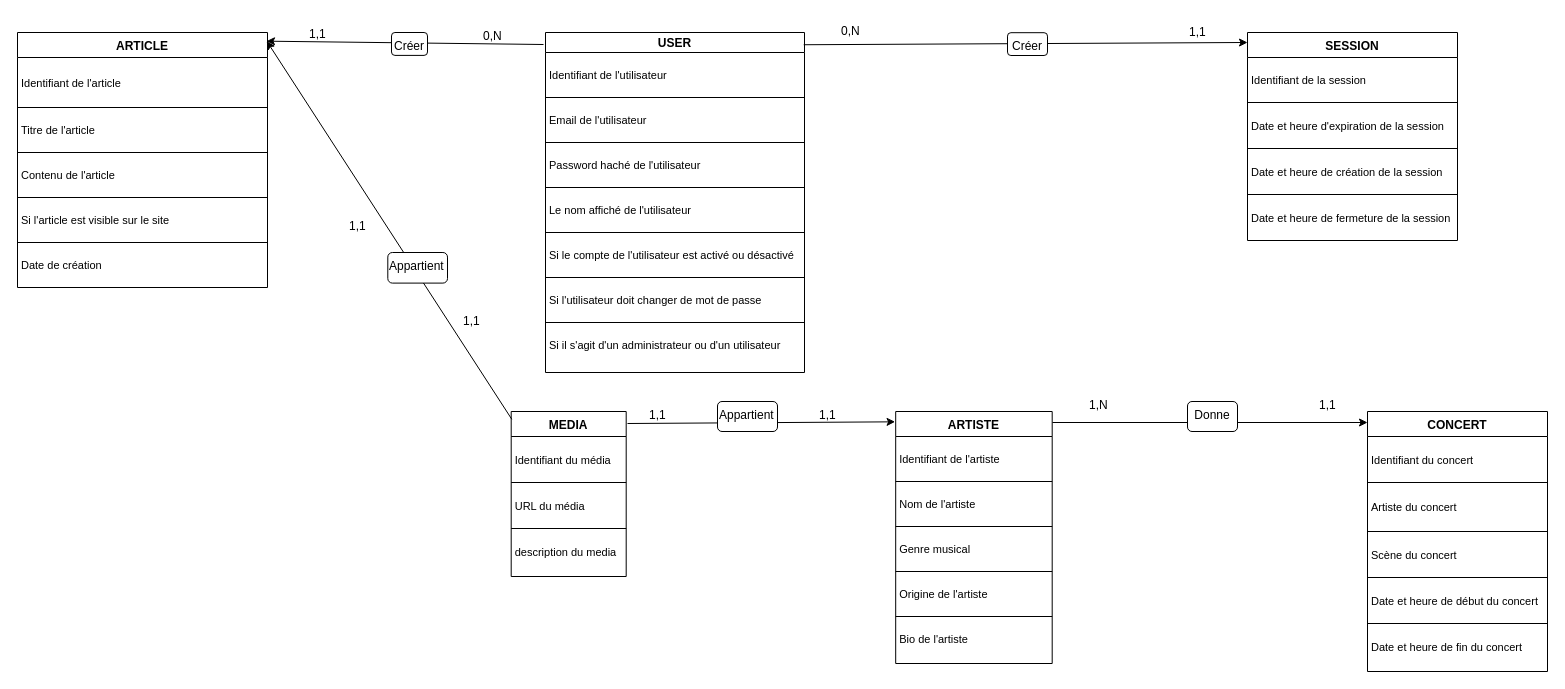
aurelienrnd/FestApp keeps this draw.io diagram as doc/table_relationel/MCD-vindhellfest.drawio. Above is the earlier version. Source tidied: cells renumbered, new cells numbered last; positions are measured from the earlier drawing's top-left corner, leaving out a move shared by most shapes. Both pictures are drawn from the tidied source at 100%, with x=0, y=0 at pixel (17, 17).
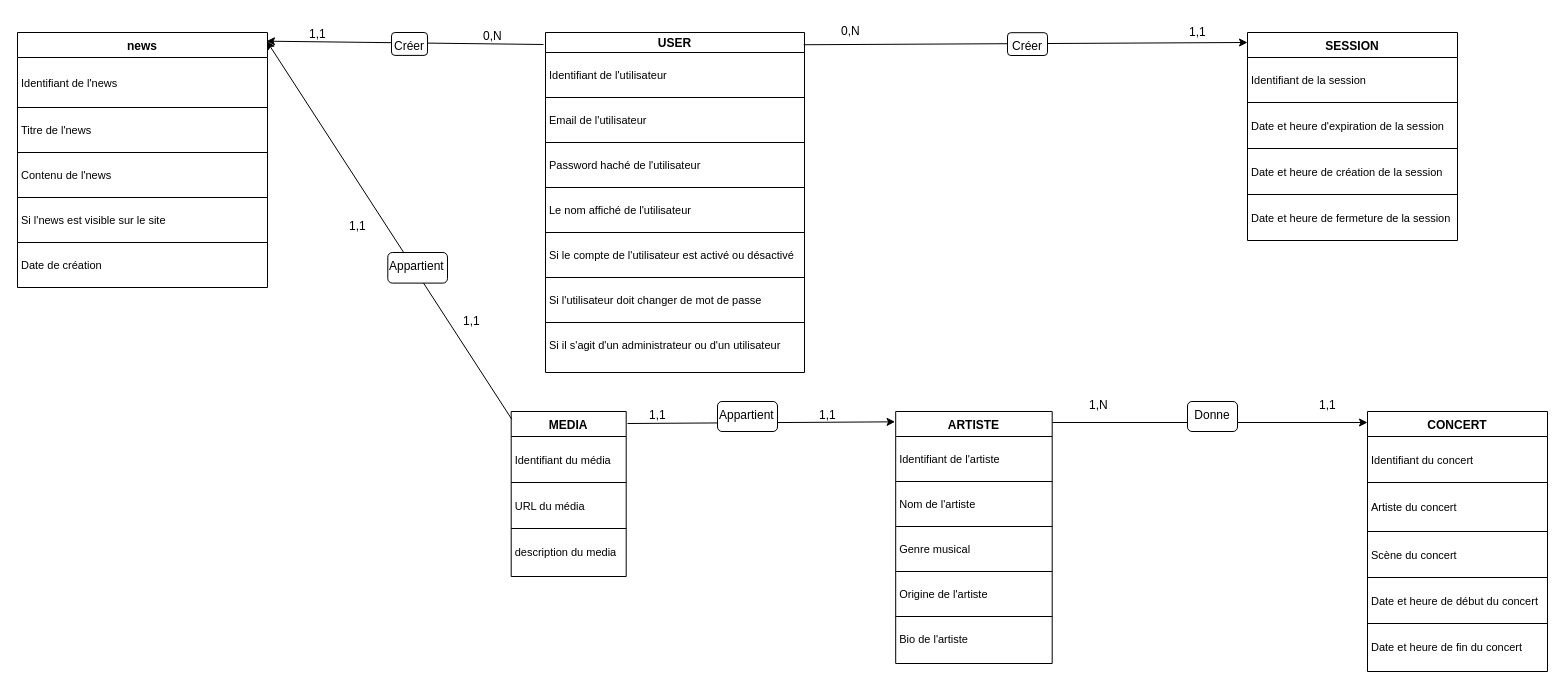
The same diagram, later.

Unchanged cells that the change refers to:
```xml
<mxCell id="34" style="shape=tableRow;horizontal=0;startSize=0;swimlaneHead=0;swimlaneBody=0;fillColor=none;top=0;left=0;right=0;bottom=0;" parent="33" vertex="1">
  <mxGeometry y="25" width="250" height="50" as="geometry" />
</mxCell>
<mxCell id="36" style="shape=tableRow;horizontal=0;startSize=0;swimlaneHead=0;swimlaneBody=0;fillColor=none;top=0;left=0;right=0;bottom=0;" parent="33" vertex="1">
  <mxGeometry y="75" width="250" height="45" as="geometry" />
</mxCell>
<mxCell id="38" style="shape=tableRow;horizontal=0;startSize=0;swimlaneHead=0;swimlaneBody=0;fillColor=none;top=0;left=0;right=0;bottom=0;" parent="33" vertex="1">
  <mxGeometry y="120" width="250" height="45" as="geometry" />
</mxCell>
<mxCell id="40" style="shape=tableRow;horizontal=0;startSize=0;swimlaneHead=0;swimlaneBody=0;fillColor=none;top=0;left=0;right=0;bottom=0;" parent="33" vertex="1">
  <mxGeometry y="165" width="250" height="45" as="geometry" />
</mxCell>
```

What changed in the source:
```diff
@@
-    <mxCell id="33" value="ARTICLE" style="shape=table;startSize=25;childLayout=tableLayout;rowLines=1;fontStyle=1;align=center;" parent="1" vertex="1">
+    <mxCell id="33" value="news" style="shape=table;startSize=25;childLayout=tableLayout;rowLines=1;fontStyle=1;align=center;" parent="1" vertex="1">
       <mxGeometry y="15" width="250" height="255" as="geometry" />
     </mxCell>
@@
-    <mxCell id="35" value="Identifiant de l'article" style="shape=partialRectangle;fillColor=none;top=0;left=0;bottom=0;right=0;align=left;spacingLeft=2;overflow=hidden;fontSize=11;" parent="34" vertex="1">
+    <mxCell id="35" value="Identifiant de l'news" style="shape=partialRectangle;fillColor=none;top=0;left=0;bottom=0;right=0;align=left;spacingLeft=2;overflow=hidden;fontSize=11;" parent="34" vertex="1">
       <mxGeometry width="250" height="50" as="geometry" />
     </mxCell>
@@
-    <mxCell id="37" value="Titre de l'article" style="shape=partialRectangle;fillColor=none;top=0;left=0;bottom=0;right=0;align=left;spacingLeft=2;overflow=hidden;fontSize=11;" parent="36" vertex="1">
+    <mxCell id="37" value="Titre de l'news" style="shape=partialRectangle;fillColor=none;top=0;left=0;bottom=0;right=0;align=left;spacingLeft=2;overflow=hidden;fontSize=11;" parent="36" vertex="1">
       <mxGeometry width="250" height="45" as="geometry" />
     </mxCell>
@@
-    <mxCell id="39" value="Contenu de l'article" style="shape=partialRectangle;fillColor=none;top=0;left=0;bottom=0;right=0;align=left;spacingLeft=2;overflow=hidden;fontSize=11;" parent="38" vertex="1">
+    <mxCell id="39" value="Contenu de l'news" style="shape=partialRectangle;fillColor=none;top=0;left=0;bottom=0;right=0;align=left;spacingLeft=2;overflow=hidden;fontSize=11;" parent="38" vertex="1">
       <mxGeometry width="250" height="45" as="geometry" />
     </mxCell>
@@
-    <mxCell id="41" value="Si l'article est visible sur le site" style="shape=partialRectangle;fillColor=none;top=0;left=0;bottom=0;right=0;align=left;spacingLeft=2;overflow=hidden;fontSize=11;" parent="40" vertex="1">
+    <mxCell id="41" value="Si l'news est visible sur le site" style="shape=partialRectangle;fillColor=none;top=0;left=0;bottom=0;right=0;align=left;spacingLeft=2;overflow=hidden;fontSize=11;" parent="40" vertex="1">
       <mxGeometry width="250" height="45" as="geometry" />
     </mxCell>
```
